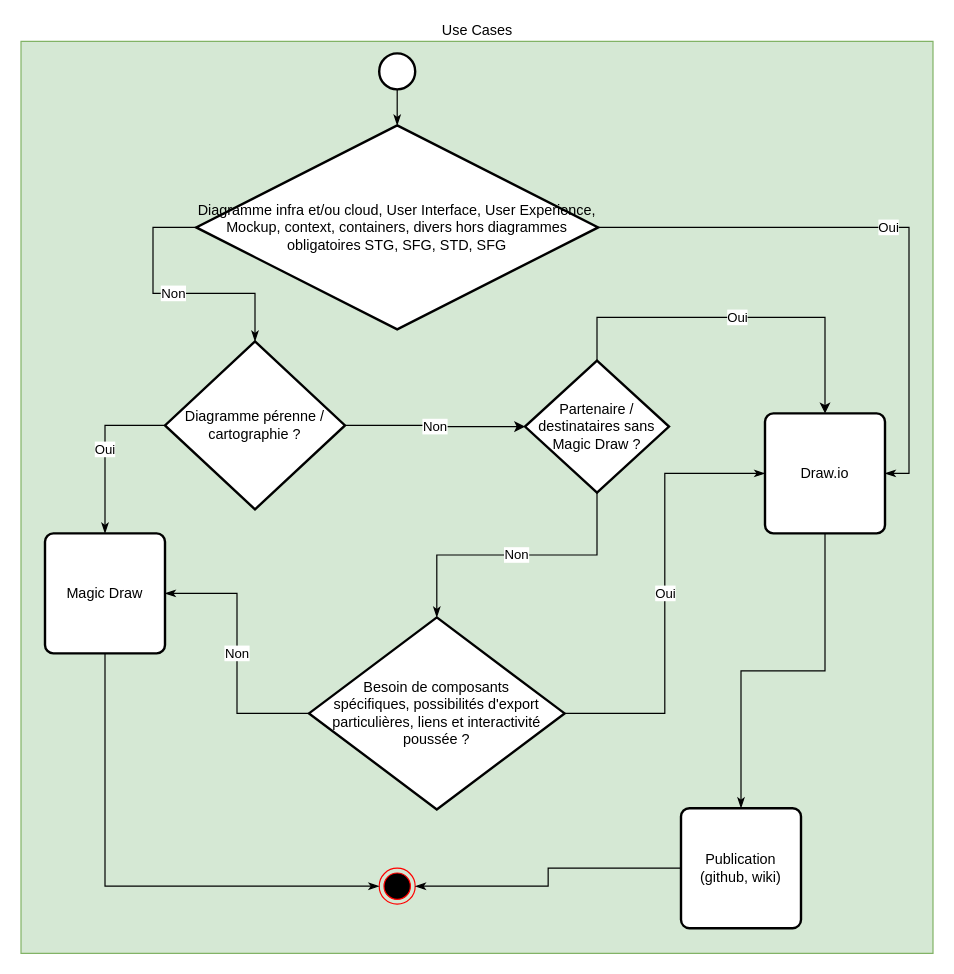
Before: use cases (5).drawio in mligf/gf, a draw.io diagram. Source tidied: cells renumbered, new cells numbered last; positions are measured from the earlier drawing's top-left corner, leaving out a move shared by most shapes. Both pictures are drawn from the tidied source at 120%, with x=0, y=0 at pixel (20, 41).
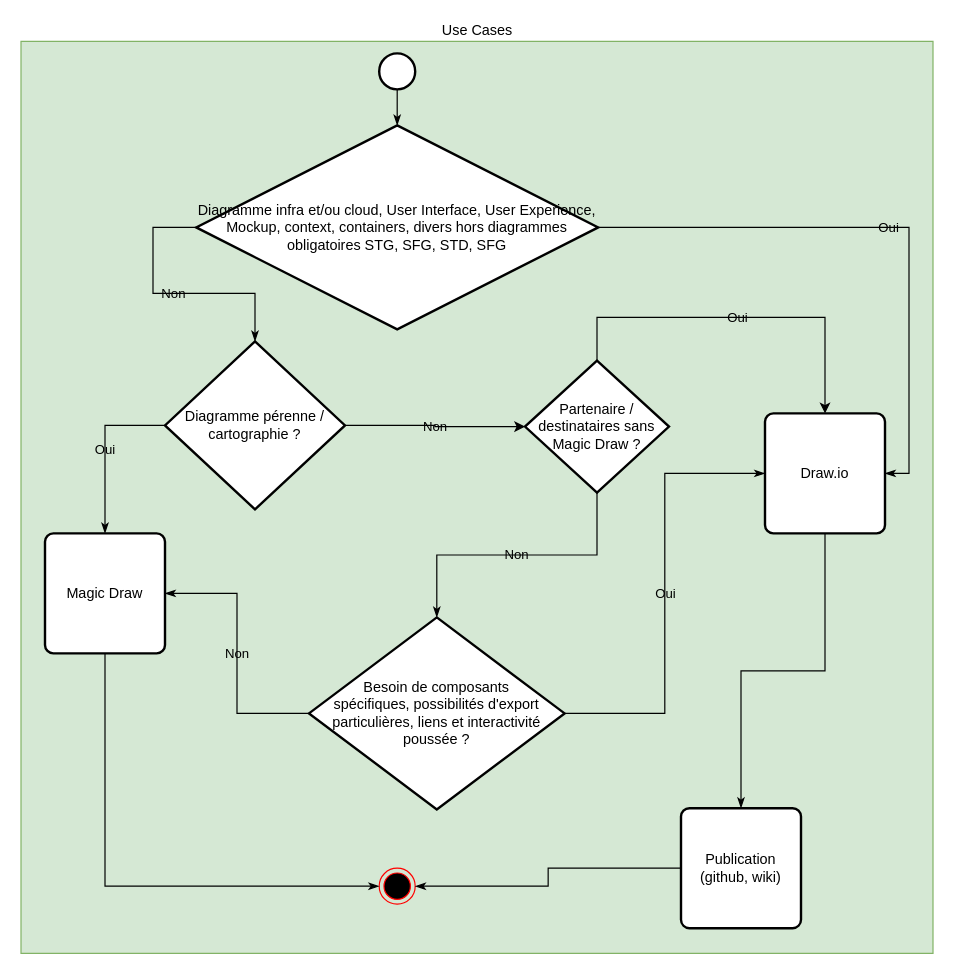
The same diagram, later.

Unchanged cells that the change refers to:
```xml
<mxCell id="8" value="Diagramme pérenne / cartographie ?" style="strokeWidth=2;html=1;shape=mxgraph.flowchart.decision;whiteSpace=wrap;" parent="1" vertex="1">
  <mxGeometry x="120" y="250" width="150" height="140" as="geometry" />
</mxCell>
<mxCell id="11" value="Partenaire / destinataires sans Magic Draw ?" style="strokeWidth=2;html=1;shape=mxgraph.flowchart.decision;whiteSpace=wrap;" parent="1" vertex="1">
  <mxGeometry x="420" y="266" width="120" height="110" as="geometry" />
</mxCell>
<mxCell id="13" value="Draw.io" style="rounded=1;whiteSpace=wrap;html=1;absoluteArcSize=1;arcSize=14;strokeWidth=2;" parent="1" vertex="1">
  <mxGeometry x="620" y="310" width="100" height="100" as="geometry" />
</mxCell>
<mxCell id="17" value="Magic Draw" style="rounded=1;whiteSpace=wrap;html=1;absoluteArcSize=1;arcSize=14;strokeWidth=2;" parent="1" vertex="1">
  <mxGeometry x="20" y="410" width="100" height="100" as="geometry" />
</mxCell>
<mxCell id="20" value="Diagramme infra et/ou cloud, User Interface, User Experience, Mockup, context, containers, divers hors diagrammes obligatoires STG, SFG, STD, SFG" style="strokeWidth=2;html=1;shape=mxgraph.flowchart.decision;whiteSpace=wrap;" parent="1" vertex="1">
  <mxGeometry x="146" y="70" width="335" height="170" as="geometry" />
</mxCell>
<mxCell id="23" value="Besoin de composants&lt;br&gt;spécifiques, possibilités d'export particulières, liens et interactivité poussée ?" style="strokeWidth=2;html=1;shape=mxgraph.flowchart.decision;whiteSpace=wrap;" parent="1" vertex="1">
  <mxGeometry x="240" y="480" width="213" height="160" as="geometry" />
</mxCell>
```

The edit, as a diff of the source:
```diff
@@
-    <mxCell id="6" value="Non" style="edgeStyle=orthogonalEdgeStyle;rounded=0;jettySize=auto;html=1;entryX=0;entryY=0.5;entryDx=0;entryDy=0;entryPerimeter=0;labelBackgroundColor=#ffffff;" parent="1" edge="1" source="8" target="11">
+    <mxCell id="6" value="Non" style="edgeStyle=orthogonalEdgeStyle;rounded=0;jettySize=auto;html=1;entryX=0;entryY=0.5;entryDx=0;entryDy=0;entryPerimeter=0;labelBackgroundColor=none;" parent="1" edge="1" source="8" target="11">
       <mxGeometry relative="1" as="geometry" />
     </mxCell>
-    <mxCell id="7" value="Oui" style="edgeStyle=orthogonalEdgeStyle;rounded=0;jettySize=auto;html=1;entryX=0.5;entryY=0;entryDx=0;entryDy=0;startArrow=none;startFill=0;startSize=0;endArrow=classicThin;endFill=1;strokeColor=#000000;exitX=0;exitY=0.5;exitDx=0;exitDy=0;exitPerimeter=0;" parent="1" edge="1" source="8" target="17">
+    <mxCell id="7" value="Oui" style="edgeStyle=orthogonalEdgeStyle;rounded=0;jettySize=auto;html=1;entryX=0.5;entryY=0;entryDx=0;entryDy=0;startArrow=none;startFill=0;startSize=0;endArrow=classicThin;endFill=1;strokeColor=#000000;exitX=0;exitY=0.5;exitDx=0;exitDy=0;exitPerimeter=0;labelBackgroundColor=none;" parent="1" edge="1" source="8" target="17">
       <mxGeometry relative="1" as="geometry" />
     </mxCell>
@@
-    <mxCell id="9" value="Oui" style="edgeStyle=orthogonalEdgeStyle;rounded=0;jettySize=auto;html=1;exitX=0.5;exitY=0;exitDx=0;exitDy=0;exitPerimeter=0;entryX=0.5;entryY=0;entryDx=0;entryDy=0;" parent="1" edge="1" source="11" target="13">
+    <mxCell id="9" value="Oui" style="edgeStyle=orthogonalEdgeStyle;rounded=0;jettySize=auto;html=1;exitX=0.5;exitY=0;exitDx=0;exitDy=0;exitPerimeter=0;entryX=0.5;entryY=0;entryDx=0;entryDy=0;labelBackgroundColor=none;" parent="1" edge="1" source="11" target="13">
       <mxGeometry relative="1" as="geometry">
         <Array as="points">
           <mxPoint x="480" y="230" />
           <mxPoint x="670" y="230" />
         </Array>
       </mxGeometry>
     </mxCell>
-    <mxCell id="10" value="Non" style="edgeStyle=orthogonalEdgeStyle;rounded=0;jettySize=auto;html=1;entryX=0.5;entryY=0;entryDx=0;entryDy=0;entryPerimeter=0;startArrow=none;startFill=0;startSize=0;endArrow=classicThin;endFill=1;strokeColor=#000000;" parent="1" edge="1" source="11" target="23">
+    <mxCell id="10" value="Non" style="edgeStyle=orthogonalEdgeStyle;rounded=0;jettySize=auto;html=1;entryX=0.5;entryY=0;entryDx=0;entryDy=0;entryPerimeter=0;startArrow=none;startFill=0;startSize=0;endArrow=classicThin;endFill=1;strokeColor=#000000;labelBackgroundColor=none;" parent="1" edge="1" source="11" target="23">
       <mxGeometry relative="1" as="geometry" />
     </mxCell>
@@
-    <mxCell id="18" value="Non" style="edgeStyle=orthogonalEdgeStyle;rounded=0;jettySize=auto;html=1;entryX=0.5;entryY=0;entryDx=0;entryDy=0;entryPerimeter=0;startArrow=none;startFill=0;startSize=0;endArrow=classicThin;endFill=1;strokeColor=#000000;exitX=0;exitY=0.5;exitDx=0;exitDy=0;exitPerimeter=0;" parent="1" edge="1" source="20" target="8">
+    <mxCell id="18" value="Non" style="edgeStyle=orthogonalEdgeStyle;rounded=0;jettySize=auto;html=1;entryX=0.5;entryY=0;entryDx=0;entryDy=0;entryPerimeter=0;startArrow=none;startFill=0;startSize=0;endArrow=classicThin;endFill=1;strokeColor=#000000;exitX=0;exitY=0.5;exitDx=0;exitDy=0;exitPerimeter=0;labelBackgroundColor=none;" parent="1" edge="1" source="20" target="8">
       <mxGeometry relative="1" as="geometry">
         <Array as="points">
           <mxPoint x="110" y="155" />
           <mxPoint x="110" y="210" />
           <mxPoint x="195" y="210" />
         </Array>
       </mxGeometry>
     </mxCell>
-    <mxCell id="19" value="Oui" style="edgeStyle=orthogonalEdgeStyle;rounded=0;jettySize=auto;html=1;entryX=1;entryY=0.5;entryDx=0;entryDy=0;startArrow=none;startFill=0;startSize=0;endArrow=classicThin;endFill=1;strokeColor=#000000;" parent="1" edge="1" source="20" target="13">
+    <mxCell id="19" value="Oui" style="edgeStyle=orthogonalEdgeStyle;rounded=0;jettySize=auto;html=1;entryX=1;entryY=0.5;entryDx=0;entryDy=0;startArrow=none;startFill=0;startSize=0;endArrow=classicThin;endFill=1;strokeColor=#000000;labelBackgroundColor=none;" parent="1" edge="1" source="20" target="13">
       <mxGeometry relative="1" as="geometry" />
     </mxCell>
@@
-    <mxCell id="21" value="Oui" style="edgeStyle=orthogonalEdgeStyle;rounded=0;jettySize=auto;html=1;entryX=0;entryY=0.5;entryDx=0;entryDy=0;startArrow=none;startFill=0;startSize=0;endArrow=classicThin;endFill=1;strokeColor=#000000;" parent="1" edge="1" source="23" target="13">
+    <mxCell id="21" value="Oui" style="edgeStyle=orthogonalEdgeStyle;rounded=0;jettySize=auto;html=1;entryX=0;entryY=0.5;entryDx=0;entryDy=0;startArrow=none;startFill=0;startSize=0;endArrow=classicThin;endFill=1;strokeColor=#000000;labelBackgroundColor=none;" parent="1" edge="1" source="23" target="13">
       <mxGeometry relative="1" as="geometry" />
     </mxCell>
-    <mxCell id="22" value="Non" style="edgeStyle=orthogonalEdgeStyle;rounded=0;jettySize=auto;html=1;exitX=0;exitY=0.5;exitDx=0;exitDy=0;exitPerimeter=0;startArrow=none;startFill=0;startSize=0;endArrow=classicThin;endFill=1;strokeColor=#000000;" parent="1" edge="1" source="23" target="17">
+    <mxCell id="22" value="Non" style="edgeStyle=orthogonalEdgeStyle;rounded=0;jettySize=auto;html=1;exitX=0;exitY=0.5;exitDx=0;exitDy=0;exitPerimeter=0;startArrow=none;startFill=0;startSize=0;endArrow=classicThin;endFill=1;strokeColor=#000000;labelBackgroundColor=none;" parent="1" edge="1" source="23" target="17">
       <mxGeometry relative="1" as="geometry" />
     </mxCell>
```
